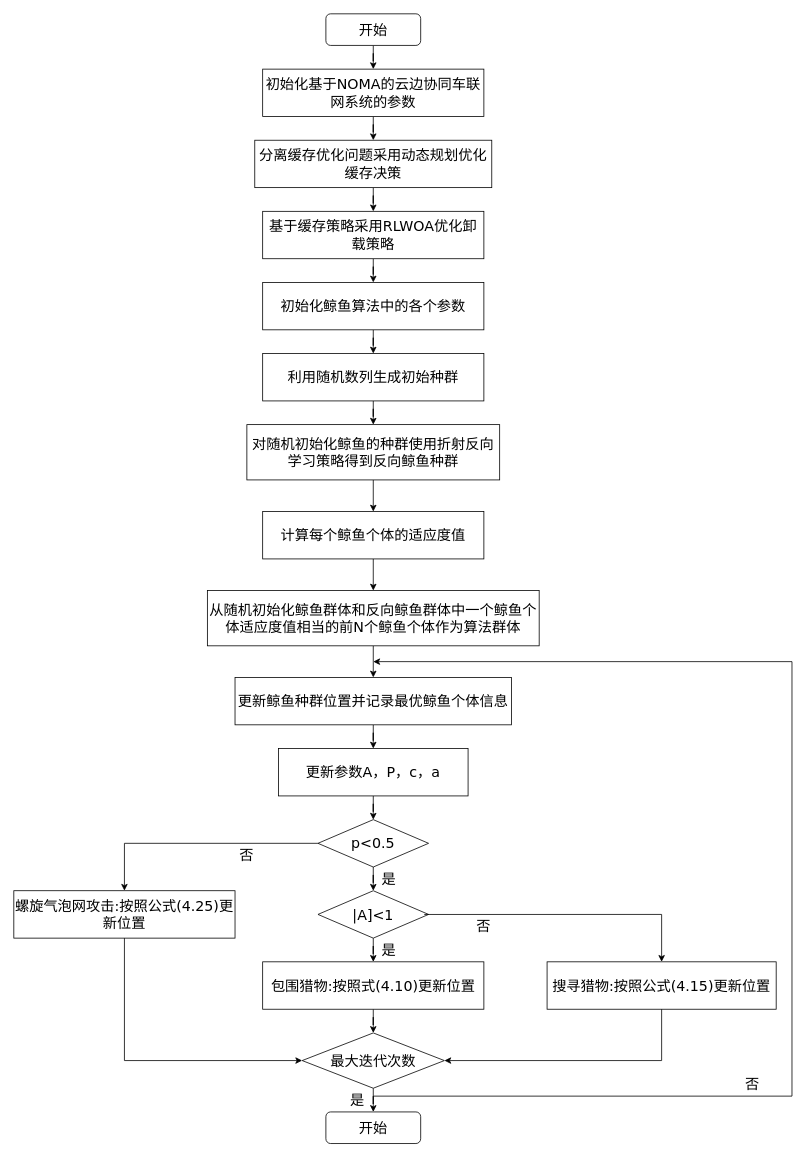
Above: 未命名绘图.drawio in xiaotudoudoudoud/pipilu (draw.io), before the change. Source tidied: cells renumbered, new cells numbered last; positions are measured from the earlier drawing's top-left corner, leaving out a move shared by most shapes. Both pictures are drawn from the tidied source at 79%, with x=0, y=0 at pixel (13, 13).
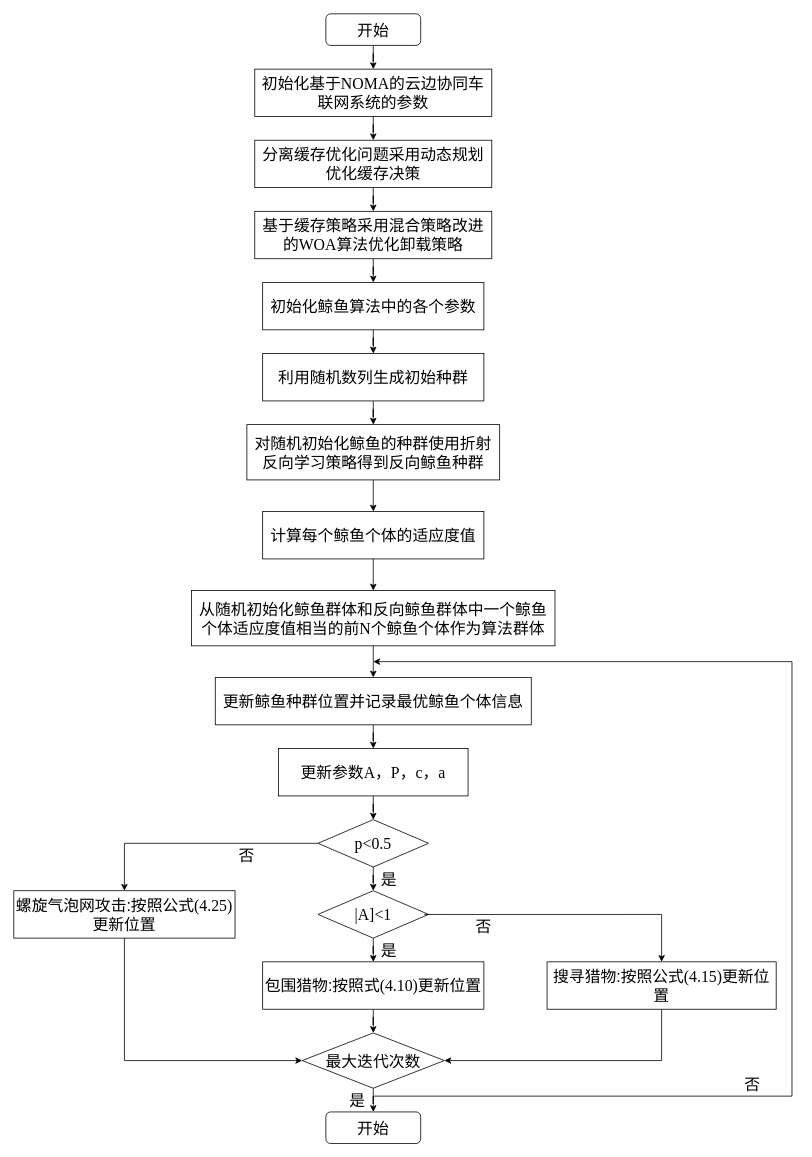
Above is the later version.

What changed in the source:
```diff
@@
-    <mxCell id="3" value="&lt;font style=&quot;vertical-align: inherit; font-size: 18px;&quot;&gt;&lt;font style=&quot;vertical-align: inherit; font-size: 18px;&quot;&gt;开始&lt;/font&gt;&lt;/font&gt;" style="rounded=1;whiteSpace=wrap;html=1;fontSize=18;glass=0;strokeWidth=1;shadow=0;fontFamily=Verdana;" parent="1" vertex="1">
+    <mxCell id="3" value="开始" style="rounded=1;whiteSpace=wrap;html=1;fontSize=20;glass=0;strokeWidth=1;shadow=0;fontFamily=宋体;" parent="1" vertex="1">
       <mxGeometry x="395" width="120" height="40" as="geometry" />
     </mxCell>
@@
-    <mxCell id="5" value="&lt;font style=&quot;vertical-align: inherit; font-size: 18px;&quot;&gt;&lt;font style=&quot;vertical-align: inherit; font-size: 18px;&quot;&gt;初始化基于NOMA的云边协同车联网系统的参数&lt;/font&gt;&lt;/font&gt;" style="rounded=0;whiteSpace=wrap;html=1;fontFamily=Verdana;fontSize=18;" parent="1" vertex="1">
-      <mxGeometry x="315" y="70" width="280" height="60" as="geometry" />
+    <mxCell id="5" value="初始化基于&lt;font face=&quot;Times New Roman&quot; style=&quot;vertical-align: inherit;&quot;&gt;NOMA&lt;/font&gt;的云边协同车联网系统的参数" style="rounded=0;whiteSpace=wrap;html=1;fontFamily=宋体;fontSize=20;" parent="1" vertex="1">
+      <mxGeometry x="305" y="70" width="300" height="60" as="geometry" />
     </mxCell>
@@
-    <mxCell id="7" value="&lt;font style=&quot;vertical-align: inherit; font-size: 18px;&quot;&gt;&lt;font style=&quot;vertical-align: inherit; font-size: 18px;&quot;&gt;分离缓存优化问题采用动态规划优化缓存决策&lt;/font&gt;&lt;/font&gt;" style="rounded=0;whiteSpace=wrap;html=1;fontFamily=Verdana;fontSize=18;" parent="1" vertex="1">
+    <mxCell id="7" value="分离缓存优化问题采用动态规划优化缓存决策" style="rounded=0;whiteSpace=wrap;html=1;fontFamily=宋体;fontSize=20;" parent="1" vertex="1">
       <mxGeometry x="305" y="160" width="300" height="60" as="geometry" />
     </mxCell>
@@
-    <mxCell id="9" value="&lt;font style=&quot;vertical-align: inherit; font-size: 18px;&quot;&gt;&lt;font style=&quot;vertical-align: inherit; font-size: 18px;&quot;&gt;基于缓存策略采用RLWOA优化卸载策略&lt;/font&gt;&lt;/font&gt;" style="rounded=0;whiteSpace=wrap;html=1;fontFamily=Verdana;fontSize=18;" parent="1" vertex="1">
-      <mxGeometry x="315" y="250" width="280" height="60" as="geometry" />
+    <mxCell id="9" value="基于缓存策略采用&lt;font face=&quot;宋体&quot;&gt;混合策略改进的&lt;/font&gt;&lt;font face=&quot;Times New Roman&quot;&gt;WOA&lt;/font&gt;&lt;font face=&quot;宋体&quot;&gt;算法&lt;/font&gt;优化卸载策略" style="rounded=0;whiteSpace=wrap;html=1;fontFamily=宋体;fontSize=20;" parent="1" vertex="1">
+      <mxGeometry x="305" y="250" width="300" height="60" as="geometry" />
     </mxCell>
@@
-    <mxCell id="11" value="&lt;font style=&quot;vertical-align: inherit; font-size: 18px;&quot;&gt;&lt;font style=&quot;vertical-align: inherit; font-size: 18px;&quot;&gt;初始化鲸鱼算法中的各个参数&lt;/font&gt;&lt;/font&gt;" style="rounded=0;whiteSpace=wrap;html=1;fontFamily=Verdana;fontSize=18;" parent="1" vertex="1">
+    <mxCell id="11" value="初始化鲸鱼算法中的各个参数" style="rounded=0;whiteSpace=wrap;html=1;fontFamily=宋体;fontSize=20;" parent="1" vertex="1">
       <mxGeometry x="315" y="340" width="280" height="60" as="geometry" />
     </mxCell>
@@
-    <mxCell id="13" value="&lt;font style=&quot;vertical-align: inherit; font-size: 18px;&quot;&gt;&lt;font style=&quot;vertical-align: inherit; font-size: 18px;&quot;&gt;利用随机数列生成初始种群&lt;/font&gt;&lt;/font&gt;" style="rounded=0;whiteSpace=wrap;html=1;fontFamily=Verdana;fontSize=18;" parent="1" vertex="1">
+    <mxCell id="13" value="利用随机数列生成初始种群" style="rounded=0;whiteSpace=wrap;html=1;fontFamily=宋体;fontSize=20;" parent="1" vertex="1">
       <mxGeometry x="315" y="430" width="280" height="60" as="geometry" />
     </mxCell>
@@
-    <mxCell id="15" value="&lt;font style=&quot;vertical-align: inherit; font-size: 18px;&quot;&gt;&lt;font style=&quot;vertical-align: inherit; font-size: 18px;&quot;&gt;对随机初始化鲸鱼的种群使用折射反向学习策略得到反向鲸鱼种群&lt;/font&gt;&lt;/font&gt;" style="rounded=0;whiteSpace=wrap;html=1;fontFamily=Verdana;fontSize=18;" parent="1" vertex="1">
+    <mxCell id="15" value="对随机初始化鲸鱼的种群使用折射反向学习策略得到反向鲸鱼种群" style="rounded=0;whiteSpace=wrap;html=1;fontFamily=宋体;fontSize=20;" parent="1" vertex="1">
       <mxGeometry x="295" y="520" width="320" height="70" as="geometry" />
     </mxCell>
@@
-    <mxCell id="17" value="&lt;font style=&quot;vertical-align: inherit; font-size: 18px;&quot;&gt;&lt;font style=&quot;vertical-align: inherit; font-size: 18px;&quot;&gt;计算每个鲸鱼个体的适应度值&lt;/font&gt;&lt;/font&gt;" style="rounded=0;whiteSpace=wrap;html=1;fontFamily=Verdana;fontSize=18;" parent="1" vertex="1">
+    <mxCell id="17" value="计算每个鲸鱼个体的适应度值" style="rounded=0;whiteSpace=wrap;html=1;fontFamily=宋体;fontSize=20;" parent="1" vertex="1">
       <mxGeometry x="315" y="630" width="280" height="60" as="geometry" />
     </mxCell>
@@
-    <mxCell id="19" value="&lt;font style=&quot;vertical-align: inherit; font-size: 18px;&quot;&gt;&lt;font style=&quot;vertical-align: inherit; font-size: 18px;&quot;&gt;从随机初始化鲸鱼群体和反向鲸鱼群体中一个鲸鱼个体适应度值相当的前N个鲸鱼个体作为算法群体&lt;/font&gt;&lt;/font&gt;" style="rounded=0;whiteSpace=wrap;html=1;fontFamily=Verdana;fontSize=18;" parent="1" vertex="1">
-      <mxGeometry x="245" y="730" width="420" height="70" as="geometry" />
+    <mxCell id="19" value="从随机初始化鲸鱼群体和反向鲸鱼群体中一个鲸鱼个体适应度值相当的前&lt;font face=&quot;Times New Roman&quot;&gt;N&lt;/font&gt;个鲸鱼个体作为算法群体" style="rounded=0;whiteSpace=wrap;html=1;fontFamily=宋体;fontSize=20;" parent="1" vertex="1">
+      <mxGeometry x="225" y="730" width="460" height="70" as="geometry" />
     </mxCell>
@@
-    <mxCell id="21" value="&lt;font style=&quot;vertical-align: inherit; font-size: 18px;&quot;&gt;&lt;font style=&quot;vertical-align: inherit; font-size: 18px;&quot;&gt;更新鲸鱼种群位置并记录最优鲸鱼个体信息&lt;/font&gt;&lt;/font&gt;" style="rounded=0;whiteSpace=wrap;html=1;fontFamily=Verdana;fontSize=18;" parent="1" vertex="1">
-      <mxGeometry x="280" y="840" width="350" height="60" as="geometry" />
+    <mxCell id="21" value="更新鲸鱼种群位置并记录最优鲸鱼个体信息" style="rounded=0;whiteSpace=wrap;html=1;fontFamily=宋体;fontSize=20;" parent="1" vertex="1">
+      <mxGeometry x="255" y="840" width="400" height="60" as="geometry" />
     </mxCell>
@@
-    <mxCell id="23" value="&lt;font style=&quot;vertical-align: inherit; font-size: 18px;&quot;&gt;&lt;font style=&quot;vertical-align: inherit; font-size: 18px;&quot;&gt;更新参数A，P，c，a&lt;/font&gt;&lt;/font&gt;" style="rounded=0;whiteSpace=wrap;html=1;fontFamily=Verdana;fontSize=18;" parent="1" vertex="1">
+    <mxCell id="23" value="&lt;font face=&quot;宋体&quot; style=&quot;vertical-align: inherit;&quot;&gt;更新参数&lt;/font&gt;&lt;font face=&quot;Times New Roman&quot; style=&quot;vertical-align: inherit;&quot;&gt;A，P，c，a&lt;/font&gt;" style="rounded=0;whiteSpace=wrap;html=1;fontFamily=宋体;fontSize=20;" parent="1" vertex="1">
       <mxGeometry x="335" y="930" width="240" height="60" as="geometry" />
     </mxCell>
@@
-    <mxCell id="25" value="&lt;font style=&quot;font-size: 18px;&quot; face=&quot;Verdana&quot;&gt;p&amp;lt;0.5&lt;/font&gt;" style="rhombus;whiteSpace=wrap;html=1;" parent="1" vertex="1">
+    <mxCell id="25" value="&lt;font&gt;p&amp;lt;0.5&lt;/font&gt;" style="rhombus;whiteSpace=wrap;html=1;fontFamily=Times New Roman;fontSize=20;" parent="1" vertex="1">
       <mxGeometry x="385" y="1020" width="140" height="60" as="geometry" />
     </mxCell>
@@
-    <mxCell id="27" value="&lt;font face=&quot;Verdana&quot;&gt;&lt;span style=&quot;font-size: 18px;&quot;&gt;|A]&amp;lt;1&lt;/span&gt;&lt;/font&gt;" style="rhombus;whiteSpace=wrap;html=1;" parent="1" vertex="1">
+    <mxCell id="27" value="&lt;font&gt;&lt;span&gt;|A]&amp;lt;1&lt;/span&gt;&lt;/font&gt;" style="rhombus;whiteSpace=wrap;html=1;fontFamily=Times New Roman;fontSize=20;" parent="1" vertex="1">
       <mxGeometry x="385" y="1110" width="140" height="60" as="geometry" />
     </mxCell>
@@
-    <mxCell id="29" value="&lt;font style=&quot;vertical-align: inherit; font-size: 18px;&quot;&gt;&lt;font style=&quot;vertical-align: inherit; font-size: 18px;&quot;&gt;包围猎物:按照式(4.10)更新位置&lt;/font&gt;&lt;/font&gt;" style="rounded=0;whiteSpace=wrap;html=1;fontFamily=Verdana;fontSize=18;" parent="1" vertex="1">
+    <mxCell id="29" value="包围猎物:按照式&lt;font face=&quot;Times New Roman&quot;&gt;(4.10)&lt;/font&gt;更新位置" style="rounded=0;whiteSpace=wrap;html=1;fontFamily=宋体;fontSize=20;" parent="1" vertex="1">
       <mxGeometry x="315" y="1200" width="280" height="60" as="geometry" />
     </mxCell>
-    <mxCell id="30" value="&lt;font style=&quot;vertical-align: inherit; font-size: 18px;&quot;&gt;&lt;font style=&quot;vertical-align: inherit; font-size: 18px;&quot;&gt;螺旋气泡网攻击:按照公式(4.25)更新位置&lt;/font&gt;&lt;/font&gt;" style="rounded=0;whiteSpace=wrap;html=1;fontFamily=Verdana;fontSize=18;" parent="1" vertex="1">
+    <mxCell id="30" value="螺旋气泡网攻击:按照公式&lt;font face=&quot;Times New Roman&quot;&gt;(4.25)&lt;/font&gt;更新位置" style="rounded=0;whiteSpace=wrap;html=1;fontFamily=宋体;fontSize=20;" parent="1" vertex="1">
       <mxGeometry y="1110" width="280" height="60" as="geometry" />
     </mxCell>
-    <mxCell id="31" value="&lt;font style=&quot;vertical-align: inherit; font-size: 18px;&quot;&gt;&lt;font style=&quot;vertical-align: inherit; font-size: 18px;&quot;&gt;搜寻猎物:按照公式(4.15)更新位置&lt;/font&gt;&lt;/font&gt;" style="rounded=0;whiteSpace=wrap;html=1;fontFamily=Verdana;fontSize=18;" parent="1" vertex="1">
+    <mxCell id="31" value="搜寻猎物:按照公式&lt;font face=&quot;Times New Roman&quot;&gt;(4.15)&lt;/font&gt;更新位置" style="rounded=0;whiteSpace=wrap;html=1;fontFamily=宋体;fontSize=20;" parent="1" vertex="1">
       <mxGeometry x="675" y="1200" width="290" height="60" as="geometry" />
     </mxCell>
@@
-    <mxCell id="33" value="&lt;font face=&quot;Verdana&quot;&gt;&lt;span style=&quot;font-size: 18px;&quot;&gt;最大迭代次数&lt;/span&gt;&lt;/font&gt;" style="rhombus;whiteSpace=wrap;html=1;" parent="1" vertex="1">
+    <mxCell id="33" value="&lt;font&gt;&lt;span&gt;最大迭代次数&lt;/span&gt;&lt;/font&gt;" style="rhombus;whiteSpace=wrap;html=1;fontFamily=宋体;fontSize=20;" parent="1" vertex="1">
       <mxGeometry x="365" y="1290" width="180" height="70" as="geometry" />
     </mxCell>
-    <mxCell id="34" value="&lt;font style=&quot;vertical-align: inherit; font-size: 18px;&quot;&gt;&lt;font style=&quot;vertical-align: inherit; font-size: 18px;&quot;&gt;开始&lt;/font&gt;&lt;/font&gt;" style="rounded=1;whiteSpace=wrap;html=1;fontSize=18;glass=0;strokeWidth=1;shadow=0;fontFamily=Verdana;" parent="1" vertex="1">
+    <mxCell id="34" value="开始" style="rounded=1;whiteSpace=wrap;html=1;fontSize=20;glass=0;strokeWidth=1;shadow=0;fontFamily=宋体;" parent="1" vertex="1">
       <mxGeometry x="395" y="1390" width="120" height="40" as="geometry" />
     </mxCell>
@@
-    <mxCell id="40" value="&lt;font style=&quot;font-size: 18px;&quot; face=&quot;Verdana&quot;&gt;是&lt;/font&gt;" style="text;html=1;align=center;verticalAlign=middle;whiteSpace=wrap;rounded=0;" parent="1" vertex="1">
+    <mxCell id="40" value="&lt;font&gt;是&lt;/font&gt;" style="text;html=1;align=center;verticalAlign=middle;whiteSpace=wrap;rounded=0;fontFamily=宋体;fontSize=20;" parent="1" vertex="1">
       <mxGeometry x="445" y="1080" width="60" height="30" as="geometry" />
     </mxCell>
-    <mxCell id="41" value="&lt;font style=&quot;font-size: 18px;&quot; face=&quot;Verdana&quot;&gt;是&lt;/font&gt;" style="text;html=1;align=center;verticalAlign=middle;whiteSpace=wrap;rounded=0;" parent="1" vertex="1">
+    <mxCell id="41" value="&lt;font&gt;是&lt;/font&gt;" style="text;html=1;align=center;verticalAlign=middle;whiteSpace=wrap;rounded=0;fontFamily=宋体;fontSize=20;" parent="1" vertex="1">
       <mxGeometry x="445" y="1170" width="60" height="30" as="geometry" />
     </mxCell>
-    <mxCell id="42" value="&lt;font style=&quot;font-size: 18px;&quot; face=&quot;Verdana&quot;&gt;是&lt;/font&gt;" style="text;html=1;align=center;verticalAlign=middle;whiteSpace=wrap;rounded=0;" parent="1" vertex="1">
+    <mxCell id="42" value="&lt;font&gt;是&lt;/font&gt;" style="text;html=1;align=center;verticalAlign=middle;whiteSpace=wrap;rounded=0;fontFamily=宋体;fontSize=20;" parent="1" vertex="1">
       <mxGeometry x="405" y="1360" width="60" height="30" as="geometry" />
     </mxCell>
-    <mxCell id="43" value="&lt;font style=&quot;font-size: 18px;&quot; face=&quot;Verdana&quot;&gt;否&lt;/font&gt;" style="text;html=1;align=center;verticalAlign=middle;whiteSpace=wrap;rounded=0;" parent="1" vertex="1">
+    <mxCell id="43" value="&lt;font&gt;否&lt;/font&gt;" style="text;html=1;align=center;verticalAlign=middle;whiteSpace=wrap;rounded=0;fontFamily=宋体;fontSize=20;" parent="1" vertex="1">
       <mxGeometry x="265" y="1050" width="60" height="30" as="geometry" />
     </mxCell>
-    <mxCell id="44" value="&lt;font style=&quot;font-size: 18px;&quot; face=&quot;Verdana&quot;&gt;否&lt;/font&gt;" style="text;html=1;align=center;verticalAlign=middle;whiteSpace=wrap;rounded=0;" parent="1" vertex="1">
+    <mxCell id="44" value="&lt;font&gt;否&lt;/font&gt;" style="text;html=1;align=center;verticalAlign=middle;whiteSpace=wrap;rounded=0;fontFamily=宋体;fontSize=20;" parent="1" vertex="1">
       <mxGeometry x="565" y="1140" width="60" height="30" as="geometry" />
     </mxCell>
-    <mxCell id="45" value="&lt;font style=&quot;font-size: 18px;&quot; face=&quot;Verdana&quot;&gt;否&lt;/font&gt;" style="text;html=1;align=center;verticalAlign=middle;whiteSpace=wrap;rounded=0;" parent="1" vertex="1">
+    <mxCell id="45" value="&lt;font&gt;否&lt;/font&gt;" style="text;html=1;align=center;verticalAlign=middle;whiteSpace=wrap;rounded=0;fontFamily=宋体;fontSize=20;" parent="1" vertex="1">
       <mxGeometry x="905" y="1340" width="60" height="30" as="geometry" />
     </mxCell>
```
